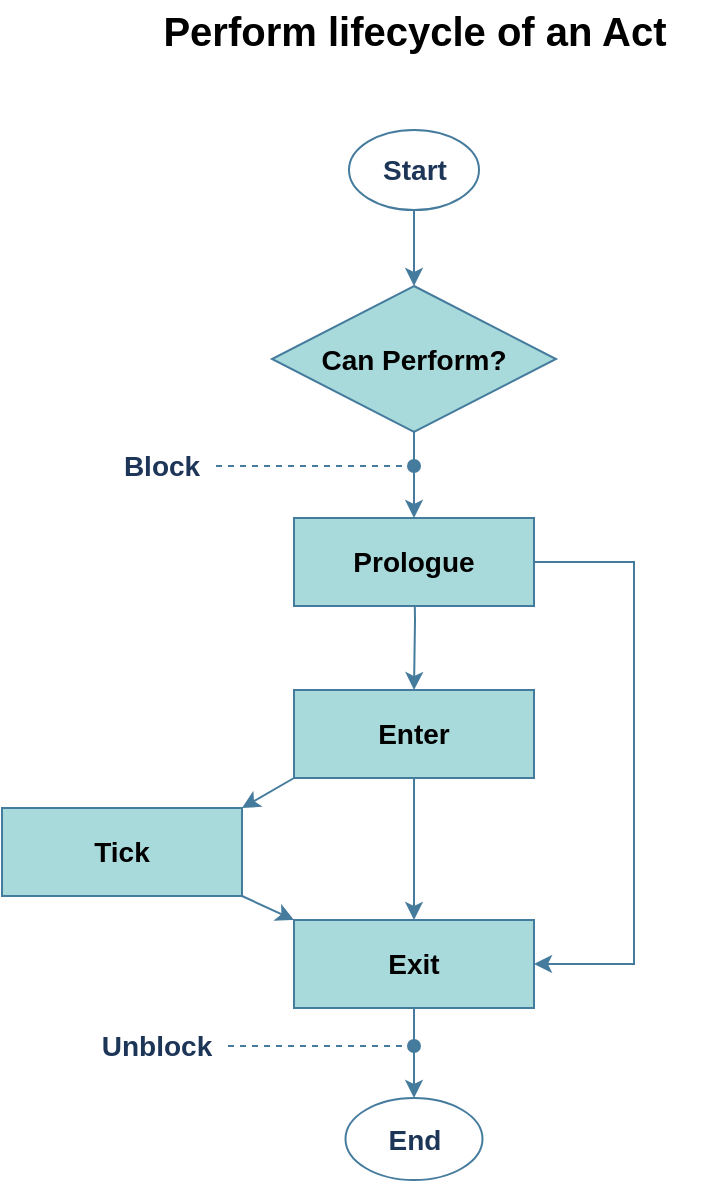
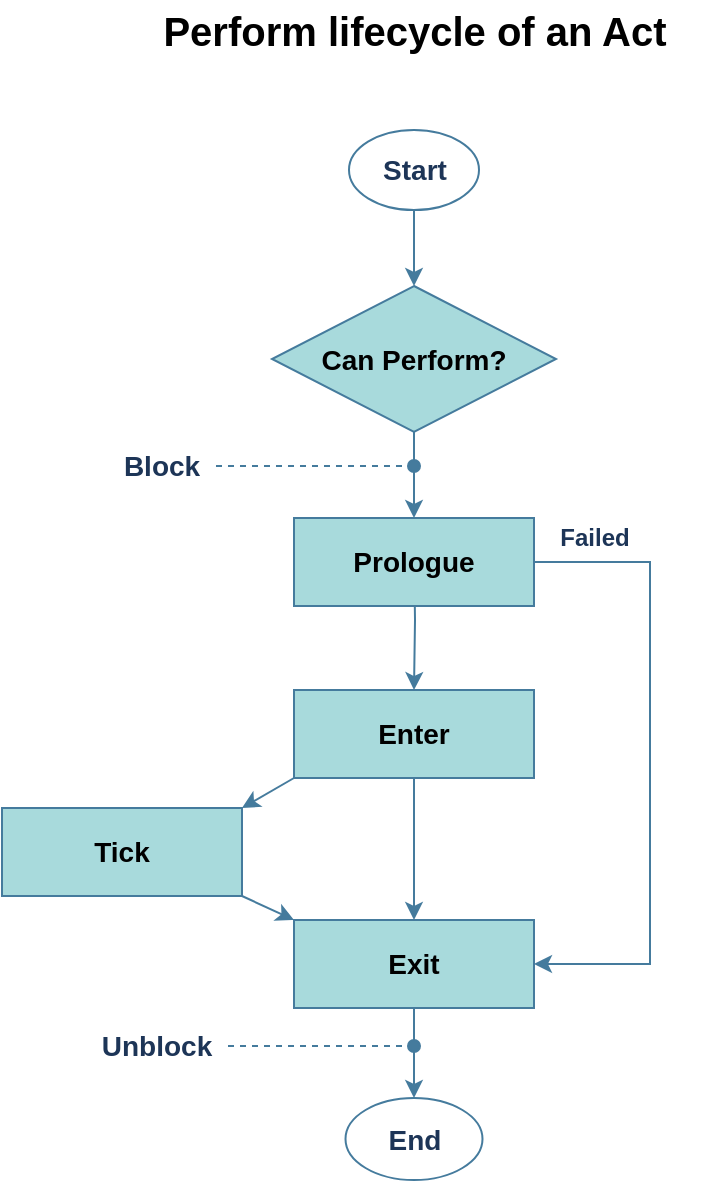
<mxfile host="app.diagrams.net" scale="1" border="0">
  <diagram name="Page-1" id="OfKS-5RFfnKffEzzvBmu">
-     <mxGraphModel dx="1414" dy="795" grid="0" gridSize="10" guides="1" tooltips="1" connect="1" arrows="1" fold="1" page="1" pageScale="1" pageWidth="475" pageHeight="620" background="light-dark(#ffffff, #0f1115)" math="0" shadow="0">
+     <mxGraphModel dx="1664" dy="935" grid="0" gridSize="10" guides="1" tooltips="1" connect="1" arrows="1" fold="1" page="1" pageScale="1" pageWidth="475" pageHeight="620" background="light-dark(#ffffff, #0f1115)" math="0" shadow="0">
      <root>
        <mxCell id="0" />
        <mxCell id="1" parent="0" />
        <mxCell id="_BiP4E9J3sTepbuVYYGG-2" parent="1" style="text;html=1;whiteSpace=wrap;align=center;verticalAlign=middle;rounded=0;labelBackgroundColor=none;fontColor=#1D3557;fontFamily=Helvetica;fontSize=12;" value="&lt;font style=&quot;color: light-dark(rgb(0, 0, 0), rgb(255, 255, 255)); font-size: 20px;&quot;&gt;&lt;b style=&quot;&quot;&gt;Perform lifecycle of an Act&lt;/b&gt;&lt;/font&gt;" vertex="1">
          <mxGeometry height="30" width="285" x="99.5" y="15" as="geometry" />
        </mxCell>
        <mxCell id="_BiP4E9J3sTepbuVYYGG-11" edge="1" parent="1" style="edgeStyle=orthogonalEdgeStyle;rounded=0;orthogonalLoop=1;jettySize=auto;html=1;exitX=0.5;exitY=1;exitDx=0;exitDy=0;entryX=0.5;entryY=0;entryDx=0;entryDy=0;labelBackgroundColor=none;strokeColor=#457B9D;fontColor=#1D3557;align=center;verticalAlign=middle;fontFamily=Helvetica;fontSize=14;fillColor=light-dark(#A8DADC,#003366);fontStyle=1" target="_BiP4E9J3sTepbuVYYGG-12">
          <mxGeometry relative="1" as="geometry">
            <mxPoint x="242" y="289" as="sourcePoint" />
            <mxPoint x="242" y="350" as="targetPoint" />
          </mxGeometry>
        </mxCell>
        <mxCell id="_BiP4E9J3sTepbuVYYGG-22" edge="1" parent="1" source="_BiP4E9J3sTepbuVYYGG-4" style="edgeStyle=orthogonalEdgeStyle;rounded=0;orthogonalLoop=1;jettySize=auto;html=1;exitX=1;exitY=0.5;exitDx=0;exitDy=0;entryX=1;entryY=0.5;entryDx=0;entryDy=0;labelBackgroundColor=none;strokeColor=#457B9D;fontColor=#1D3557;align=center;verticalAlign=middle;fontFamily=Helvetica;fontSize=14;fillColor=light-dark(#A8DADC,#003366);fontStyle=1" target="_BiP4E9J3sTepbuVYYGG-15">
          <mxGeometry relative="1" as="geometry">
            <Array as="points">
-               <mxPoint x="352" y="296" />
-               <mxPoint x="352" y="497" />
+               <mxPoint x="360" y="296" />
+               <mxPoint x="360" y="497" />
            </Array>
            <mxPoint x="301.9999999999999" y="605.9999999999999" as="targetPoint" />
          </mxGeometry>
        </mxCell>
        <mxCell id="_BiP4E9J3sTepbuVYYGG-4" parent="1" style="rounded=0;whiteSpace=wrap;html=1;labelBackgroundColor=none;fillColor=light-dark(#A8DADC,#003366);strokeColor=#457B9D;fontColor=#1D3557;align=center;verticalAlign=middle;fontFamily=Helvetica;fontSize=14;fontStyle=1" value="&lt;font style=&quot;color: light-dark(rgb(0, 0, 0), rgb(204, 229, 255));&quot;&gt;Prologue&lt;/font&gt;" vertex="1">
          <mxGeometry height="44" width="120" x="182" y="274" as="geometry" />
        </mxCell>
        <mxCell id="VbLxhV6m8n2KJ75T3TKu-2" edge="1" parent="1" source="_BiP4E9J3sTepbuVYYGG-5" style="edgeStyle=orthogonalEdgeStyle;shape=connector;rounded=0;orthogonalLoop=1;jettySize=auto;html=1;exitX=0.5;exitY=1;exitDx=0;exitDy=0;entryX=0.5;entryY=0;entryDx=0;entryDy=0;strokeColor=#457B9D;align=center;verticalAlign=middle;fontFamily=Helvetica;fontSize=14;fontColor=#1D3557;fontStyle=1;labelBackgroundColor=none;endArrow=classic;fillColor=light-dark(#A8DADC,#003366);" target="_BiP4E9J3sTepbuVYYGG-4">
          <mxGeometry relative="1" as="geometry" />
        </mxCell>
        <mxCell id="_BiP4E9J3sTepbuVYYGG-5" parent="1" style="rhombus;whiteSpace=wrap;html=1;labelBackgroundColor=none;rounded=0;fillColor=light-dark(#A8DADC,#003366);strokeColor=#457B9D;fontColor=#1D3557;fontStyle=1;fontSize=14;" value="&lt;font style=&quot;color: light-dark(rgb(0, 0, 0), rgb(204, 229, 255));&quot;&gt;Can Perform?&lt;/font&gt;" vertex="1">
          <mxGeometry height="73" width="142" x="171" y="158" as="geometry" />
        </mxCell>
        <mxCell id="_BiP4E9J3sTepbuVYYGG-17" edge="1" parent="1" source="_BiP4E9J3sTepbuVYYGG-12" style="rounded=0;orthogonalLoop=1;jettySize=auto;html=1;exitX=0;exitY=1;exitDx=0;exitDy=0;entryX=1;entryY=0;entryDx=0;entryDy=0;labelBackgroundColor=none;strokeColor=#457B9D;fontColor=#1D3557;align=center;verticalAlign=middle;fontFamily=Helvetica;fontSize=14;fillColor=light-dark(#A8DADC,#003366);fontStyle=1" target="_BiP4E9J3sTepbuVYYGG-14">
          <mxGeometry relative="1" as="geometry" />
        </mxCell>
        <mxCell id="_BiP4E9J3sTepbuVYYGG-19" edge="1" parent="1" source="_BiP4E9J3sTepbuVYYGG-12" style="edgeStyle=orthogonalEdgeStyle;rounded=0;orthogonalLoop=1;jettySize=auto;html=1;entryX=0.5;entryY=0;entryDx=0;entryDy=0;labelBackgroundColor=none;strokeColor=#457B9D;fontColor=#1D3557;align=center;verticalAlign=middle;fontFamily=Helvetica;fontSize=14;fillColor=light-dark(#A8DADC,#003366);fontStyle=1" target="_BiP4E9J3sTepbuVYYGG-15">
          <mxGeometry relative="1" as="geometry" />
        </mxCell>
        <mxCell id="_BiP4E9J3sTepbuVYYGG-12" parent="1" style="rounded=0;whiteSpace=wrap;html=1;labelBackgroundColor=none;fillColor=light-dark(#A8DADC,#003366);strokeColor=#457B9D;fontColor=#1D3557;align=center;verticalAlign=middle;fontFamily=Helvetica;fontSize=14;fontStyle=1" value="&lt;font style=&quot;color: light-dark(rgb(0, 0, 0), rgb(204, 229, 255));&quot;&gt;Enter&lt;/font&gt;" vertex="1">
          <mxGeometry height="44" width="120" x="182" y="360" as="geometry" />
        </mxCell>
        <mxCell id="_BiP4E9J3sTepbuVYYGG-18" edge="1" parent="1" source="_BiP4E9J3sTepbuVYYGG-14" style="rounded=0;orthogonalLoop=1;jettySize=auto;html=1;exitX=1;exitY=1;exitDx=0;exitDy=0;entryX=0;entryY=0;entryDx=0;entryDy=0;labelBackgroundColor=none;strokeColor=#457B9D;fontColor=#1D3557;align=center;verticalAlign=middle;fontFamily=Helvetica;fontSize=14;fillColor=light-dark(#A8DADC,#003366);fontStyle=1" target="_BiP4E9J3sTepbuVYYGG-15">
          <mxGeometry relative="1" as="geometry" />
        </mxCell>
        <mxCell id="_BiP4E9J3sTepbuVYYGG-14" parent="1" style="rounded=0;whiteSpace=wrap;html=1;labelBackgroundColor=none;fillColor=light-dark(#A8DADC,#003366);strokeColor=#457B9D;fontColor=#1D3557;align=center;verticalAlign=middle;fontFamily=Helvetica;fontSize=14;fontStyle=1" value="&lt;font style=&quot;color: light-dark(rgb(0, 0, 0), rgb(204, 229, 255));&quot;&gt;Tick&lt;/font&gt;" vertex="1">
          <mxGeometry height="44" width="120" x="36" y="419" as="geometry" />
        </mxCell>
        <mxCell id="_BiP4E9J3sTepbuVYYGG-20" edge="1" parent="1" source="_BiP4E9J3sTepbuVYYGG-15" style="edgeStyle=orthogonalEdgeStyle;rounded=0;orthogonalLoop=1;jettySize=auto;html=1;exitX=0.5;exitY=1;exitDx=0;exitDy=0;labelBackgroundColor=none;strokeColor=#457B9D;fontColor=#1D3557;align=center;verticalAlign=middle;fontFamily=Helvetica;fontSize=14;fillColor=light-dark(#A8DADC,#003366);fontStyle=1;entryX=0.5;entryY=0;entryDx=0;entryDy=0;" target="VbLxhV6m8n2KJ75T3TKu-8">
          <mxGeometry relative="1" as="geometry">
            <mxPoint x="242" y="562" as="targetPoint" />
          </mxGeometry>
        </mxCell>
        <mxCell id="_BiP4E9J3sTepbuVYYGG-15" parent="1" style="rounded=0;whiteSpace=wrap;html=1;labelBackgroundColor=none;fillColor=light-dark(#A8DADC,#003366);strokeColor=#457B9D;fontColor=#1D3557;align=center;verticalAlign=middle;fontFamily=Helvetica;fontSize=14;fontStyle=1" value="&lt;font style=&quot;color: light-dark(rgb(0, 0, 0), rgb(204, 229, 255));&quot;&gt;Exit&lt;/font&gt;" vertex="1">
          <mxGeometry height="44" width="120" x="182" y="475" as="geometry" />
        </mxCell>
        <mxCell id="VbLxhV6m8n2KJ75T3TKu-7" edge="1" parent="1" source="VbLxhV6m8n2KJ75T3TKu-6" style="edgeStyle=orthogonalEdgeStyle;shape=connector;rounded=0;orthogonalLoop=1;jettySize=auto;html=1;entryX=0.5;entryY=0;entryDx=0;entryDy=0;strokeColor=#457B9D;align=center;verticalAlign=middle;fontFamily=Helvetica;fontSize=14;fontColor=#1D3557;fontStyle=1;labelBackgroundColor=none;endArrow=classic;fillColor=light-dark(#A8DADC,#003366);" target="_BiP4E9J3sTepbuVYYGG-5">
          <mxGeometry relative="1" as="geometry" />
        </mxCell>
        <mxCell id="VbLxhV6m8n2KJ75T3TKu-6" parent="1" style="ellipse;whiteSpace=wrap;html=1;fontFamily=Helvetica;fontSize=14;fontColor=#1D3557;fontStyle=1;labelBackgroundColor=none;fillColor=none;strokeColor=#457B9D;" value="Start" vertex="1">
          <mxGeometry height="40" width="65" x="209.5" y="80" as="geometry" />
        </mxCell>
        <mxCell id="VbLxhV6m8n2KJ75T3TKu-8" parent="1" style="ellipse;whiteSpace=wrap;html=1;fontFamily=Helvetica;fontSize=14;fontColor=#1D3557;fontStyle=1;labelBackgroundColor=none;fillColor=none;strokeColor=#457B9D;" value="End" vertex="1">
          <mxGeometry height="41" width="68.5" x="207.75" y="564" as="geometry" />
        </mxCell>
        <mxCell id="rAa0ps-fYeUMzgn9wzey-2" edge="1" parent="1" style="endArrow=oval;dashed=1;html=1;rounded=0;strokeColor=#457B9D;align=center;verticalAlign=middle;fontFamily=Helvetica;fontSize=14;fontColor=#1D3557;fontStyle=1;labelBackgroundColor=none;edgeStyle=orthogonalEdgeStyle;fillColor=light-dark(#A8DADC,#003366);endFill=1;" value="">
          <mxGeometry height="50" relative="1" width="50" as="geometry">
            <Array as="points">
              <mxPoint x="239" y="247.99" />
            </Array>
            <mxPoint x="143" y="247.99108342361865" as="sourcePoint" />
            <mxPoint x="242" y="248" as="targetPoint" />
          </mxGeometry>
        </mxCell>
        <mxCell id="rAa0ps-fYeUMzgn9wzey-3" parent="1" style="text;html=1;whiteSpace=wrap;strokeColor=none;fillColor=none;align=center;verticalAlign=middle;rounded=0;fontFamily=Helvetica;fontSize=14;fontColor=#1D3557;fontStyle=1;labelBackgroundColor=none;" value="Block" vertex="1">
          <mxGeometry height="30" width="60" x="86" y="233" as="geometry" />
        </mxCell>
        <mxCell id="rAa0ps-fYeUMzgn9wzey-4" edge="1" parent="1" source="rAa0ps-fYeUMzgn9wzey-5" style="endArrow=oval;dashed=1;html=1;rounded=0;strokeColor=#457B9D;align=center;verticalAlign=middle;fontFamily=Helvetica;fontSize=14;fontColor=#1D3557;fontStyle=1;labelBackgroundColor=none;edgeStyle=orthogonalEdgeStyle;fillColor=light-dark(#A8DADC,#003366);exitX=1;exitY=0.5;exitDx=0;exitDy=0;endFill=1;" value="">
          <mxGeometry height="50" relative="1" width="50" as="geometry">
            <Array as="points" />
            <mxPoint x="146" y="537.9910834236186" as="sourcePoint" />
            <mxPoint x="242" y="538" as="targetPoint" />
          </mxGeometry>
        </mxCell>
        <mxCell id="rAa0ps-fYeUMzgn9wzey-5" parent="1" style="text;html=1;whiteSpace=wrap;strokeColor=none;fillColor=none;align=center;verticalAlign=middle;rounded=0;fontFamily=Helvetica;fontSize=14;fontColor=#1D3557;fontStyle=1;labelBackgroundColor=none;" value="Unblock" vertex="1">
          <mxGeometry height="30" width="71" x="78" y="523" as="geometry" />
        </mxCell>
+         <mxCell id="S_8e6By71IjvLksE3kmr-1" parent="1" style="text;html=1;whiteSpace=wrap;strokeColor=none;fillColor=none;align=center;verticalAlign=middle;rounded=0;fontFamily=Helvetica;fontSize=12;fontColor=#1D3557;fontStyle=1;labelBackgroundColor=none;" value="Failed" vertex="1">
+           <mxGeometry height="20" width="39" x="313" y="274" as="geometry" />
+         </mxCell>
      </root>
    </mxGraphModel>
  </diagram>
</mxfile>
